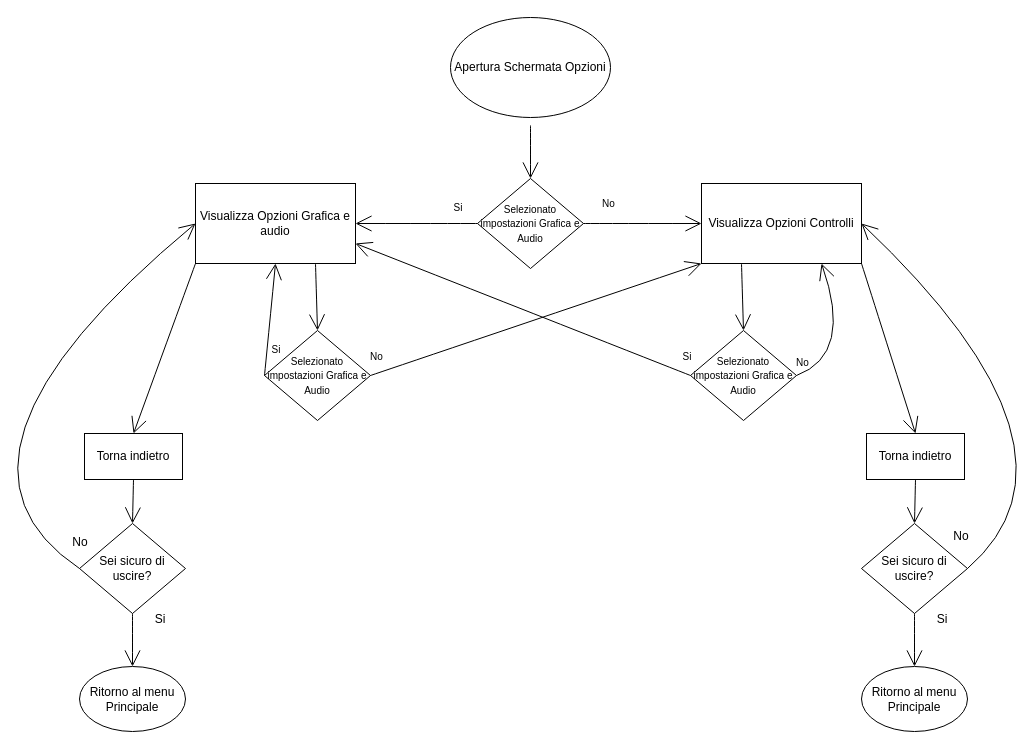
The draw.io diagram doc/Progetti Drawio/FlowChart/FlowchartOpzioni.drawio in zSavT/Healthy-Catering, before the edit. Source tidied: cells renumbered, new cells numbered last; positions are measured from the earlier drawing's top-left corner, leaving out a move shared by most shapes. Both pictures are drawn from the tidied source at 100%, with x=0, y=0 at pixel (-87, 17).
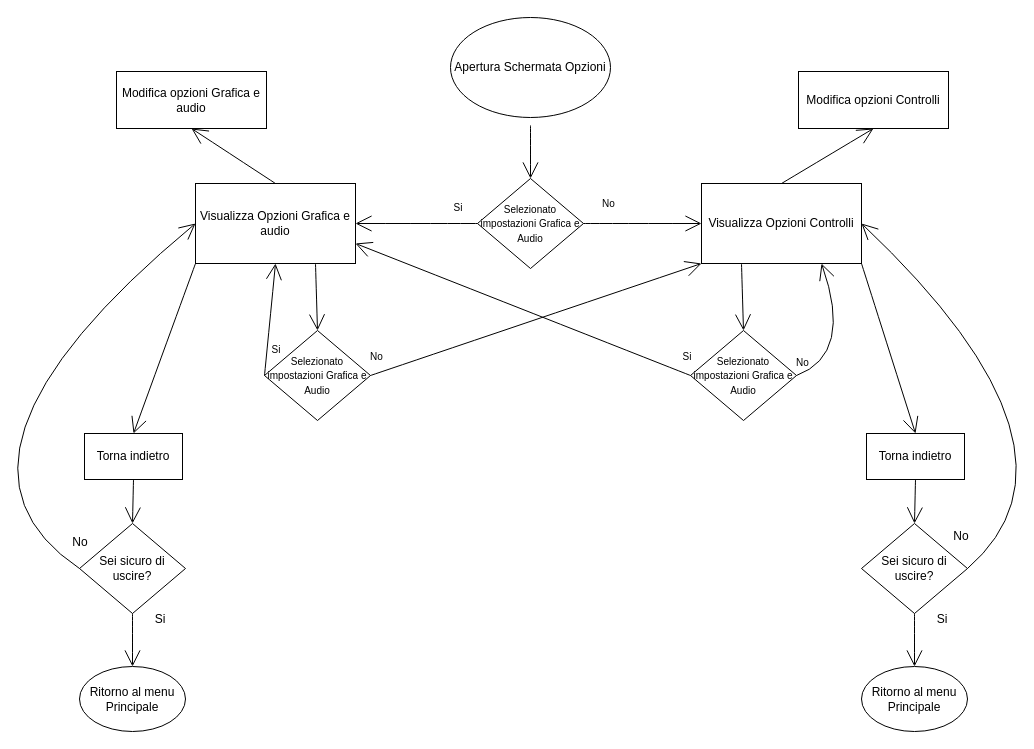
After the change.

The change refers to these unchanged cells:
```xml
<mxCell id="2" value="Visualizza Opzioni Grafica e audio" style="rounded=0;whiteSpace=wrap;html=1;hachureGap=4;" parent="1" vertex="1">
  <mxGeometry x="282" y="166" width="160" height="80" as="geometry" />
</mxCell>
<mxCell id="17" value="Visualizza Opzioni Controlli" style="rounded=0;whiteSpace=wrap;html=1;hachureGap=4;" parent="1" vertex="1">
  <mxGeometry x="788" y="166" width="160" height="80" as="geometry" />
</mxCell>
```

Diff of the diagram source:
```diff
@@
+    <mxCell id="41" value="Modifica opzioni Grafica e audio" style="rounded=0;whiteSpace=wrap;html=1;hachureGap=4;" parent="1" vertex="1">
+      <mxGeometry x="203" y="54" width="150" height="57" as="geometry" />
+    </mxCell>
+    <mxCell id="42" value="Modifica opzioni Controlli" style="rounded=0;whiteSpace=wrap;html=1;hachureGap=4;" parent="1" vertex="1">
+      <mxGeometry x="885" y="54" width="150" height="57" as="geometry" />
+    </mxCell>
+    <mxCell id="43" style="edgeStyle=none;jettySize=auto;html=1;rounded=0;endArrow=open;startSize=14;endSize=14;sourcePerimeterSpacing=8;targetPerimeterSpacing=8;curved=1;exitX=0.5;exitY=0;exitDx=0;exitDy=0;entryX=0.5;entryY=1;entryDx=0;entryDy=0;" parent="1" edge="1" source="17" target="42">
+      <mxGeometry relative="1" as="geometry" />
+    </mxCell>
+    <mxCell id="44" style="edgeStyle=none;jettySize=auto;html=1;rounded=0;endArrow=open;startSize=14;endSize=14;sourcePerimeterSpacing=8;targetPerimeterSpacing=8;curved=1;exitX=0.5;exitY=0;exitDx=0;exitDy=0;entryX=0.5;entryY=1;entryDx=0;entryDy=0;" parent="1" edge="1" source="2" target="41">
+      <mxGeometry relative="1" as="geometry" />
+    </mxCell>
```
